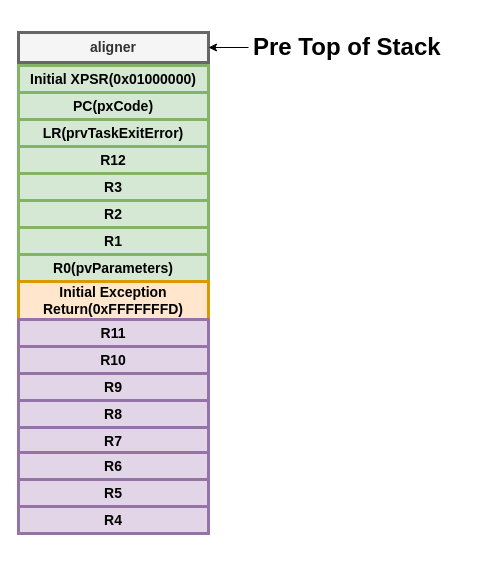
over-infinity/-Tutorials keeps this draw.io diagram as FreeRTOS/diagrams/TaskStackFrame.drawio. Above is the earlier version. Source tidied: cells renumbered, new cells numbered last; positions are measured from the earlier drawing's top-left corner, leaving out a move shared by most shapes. Both pictures are drawn from the tidied source at 100%, with x=0, y=0 at pixel (18, 27).
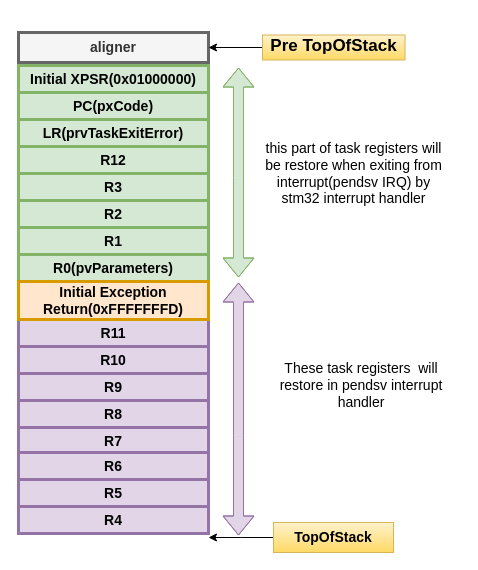
After the change.

Change to the diagram source:
```diff
@@
-    <mxCell id="4" value="&lt;h1&gt;Pre Top of Stack&lt;br&gt;&lt;/h1&gt;&lt;p&gt;&lt;br&gt;&lt;/p&gt;" style="text;html=1;strokeColor=none;fillColor=none;spacing=5;spacingTop=-20;whiteSpace=wrap;overflow=hidden;rounded=0;" parent="1" vertex="1">
-      <mxGeometry x="230" width="210" height="40" as="geometry" />
+    <mxCell id="4" value="&lt;h1 style=&quot;font-size: 17px;&quot;&gt;Pre TopOfStack&lt;br style=&quot;font-size: 17px;&quot;&gt;&lt;/h1&gt;&lt;p style=&quot;font-size: 17px;&quot;&gt;&lt;br style=&quot;font-size: 17px;&quot;&gt;&lt;/p&gt;" style="text;html=1;strokeColor=#d6b656;fillColor=#fff2cc;spacing=5;spacingTop=-20;whiteSpace=wrap;overflow=hidden;rounded=0;fontStyle=0;fontSize=17;align=center;verticalAlign=top;gradientColor=#ffd966;" parent="1" vertex="1">
+      <mxGeometry x="244" y="7.5" width="142.5" height="25" as="geometry" />
     </mxCell>
@@
-    <mxCell id="13" value="Initial Exception Return(0xFFFFFFFD)" style="rounded=0;whiteSpace=wrap;html=1;strokeWidth=3;fillColor=#ffe6cc;strokeColor=#d79b00;fontSize=14;fontStyle=1;" parent="1" vertex="1">
-      <mxGeometry y="254" width="190" height="38" as="geometry" />
-    </mxCell>
@@
+    <mxCell id="22" style="shape=flexArrow;endArrow=classic;startArrow=classic;html=1;rounded=0;fontSize=14;fillColor=#d5e8d4;strokeColor=#82b366;" parent="1" edge="1">
+      <mxGeometry relative="1" as="geometry">
+        <mxPoint x="220" y="250" as="sourcePoint" />
+        <mxPoint x="220" y="40" as="targetPoint" />
+        <Array as="points">
+          <mxPoint x="220" y="150" />
+        </Array>
+      </mxGeometry>
+    </mxCell>
+    <mxCell id="23" value="this part of task registers will be restore when exiting from interrupt(pendsv IRQ) by stm32 interrupt handler" style="text;html=1;strokeColor=none;fillColor=none;align=center;verticalAlign=middle;whiteSpace=wrap;rounded=0;fontSize=14;" parent="1" vertex="1">
+      <mxGeometry x="242.5" y="108" width="185" height="75" as="geometry" />
+    </mxCell>
+    <mxCell id="24" style="shape=flexArrow;endArrow=classic;startArrow=classic;html=1;rounded=0;fontSize=14;fillColor=#e1d5e7;strokeColor=#9673a6;" parent="1" edge="1">
+      <mxGeometry relative="1" as="geometry">
+        <mxPoint x="220" y="508" as="sourcePoint" />
+        <mxPoint x="220" y="255" as="targetPoint" />
+        <Array as="points">
+          <mxPoint x="220" y="408" />
+        </Array>
+      </mxGeometry>
+    </mxCell>
+    <mxCell id="25" value="These task registers&amp;nbsp; will restore in pendsv interrupt handler" style="text;html=1;strokeColor=none;fillColor=none;align=center;verticalAlign=middle;whiteSpace=wrap;rounded=0;fontSize=14;" parent="1" vertex="1">
+      <mxGeometry x="242.5" y="343" width="200" height="30" as="geometry" />
+    </mxCell>
+    <mxCell id="26" style="edgeStyle=orthogonalEdgeStyle;rounded=0;jettySize=auto;html=1;fontSize=14;" parent="1" edge="1" source="27">
+      <mxGeometry relative="1" as="geometry">
+        <mxPoint x="190" y="510" as="targetPoint" />
+      </mxGeometry>
+    </mxCell>
+    <mxCell id="27" value="TopOfStack" style="text;html=1;strokeColor=#d6b656;fillColor=#fff2cc;align=center;verticalAlign=middle;whiteSpace=wrap;rounded=0;fontSize=14;fontStyle=1;gradientColor=#ffd966;" parent="1" vertex="1">
+      <mxGeometry x="255" y="495" width="120" height="30" as="geometry" />
+    </mxCell>
+    <mxCell id="13" value="Initial Exception Return(0xFFFFFFFD)" style="rounded=0;whiteSpace=wrap;html=1;strokeWidth=3;fillColor=#ffe6cc;strokeColor=#d79b00;fontSize=14;fontStyle=1;" parent="1" vertex="1">
+      <mxGeometry y="254" width="190" height="38" as="geometry" />
+    </mxCell>
```
